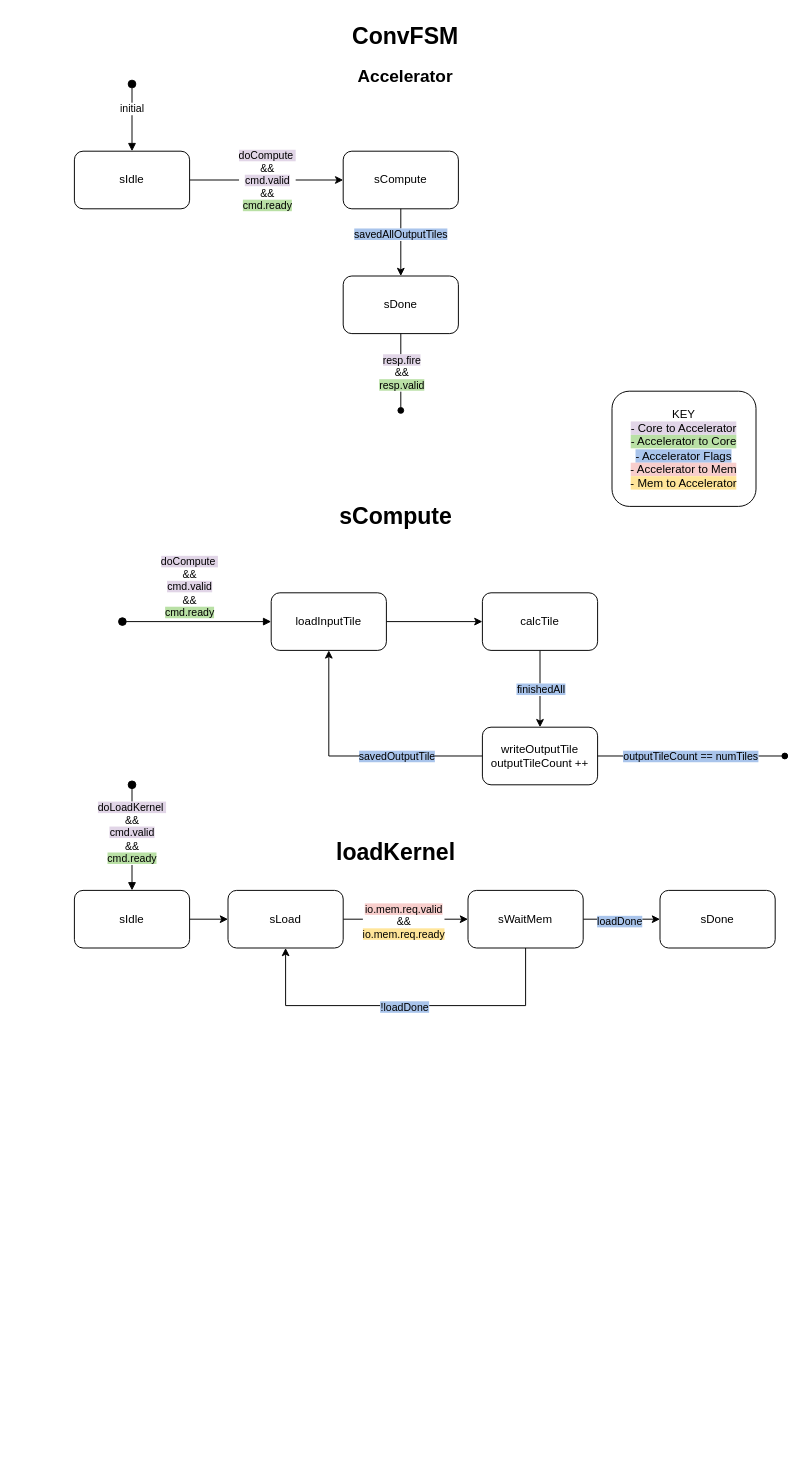
The draw.io diagram ConvFSM_accel.drawio in sophia20753/Project, before the edit. Source tidied: cells renumbered, new cells numbered last; positions are measured from the earlier drawing's top-left corner, leaving out a move shared by most shapes. Both pictures are drawn from the tidied source at 96%, with x=0, y=0 at pixel (74, 16).
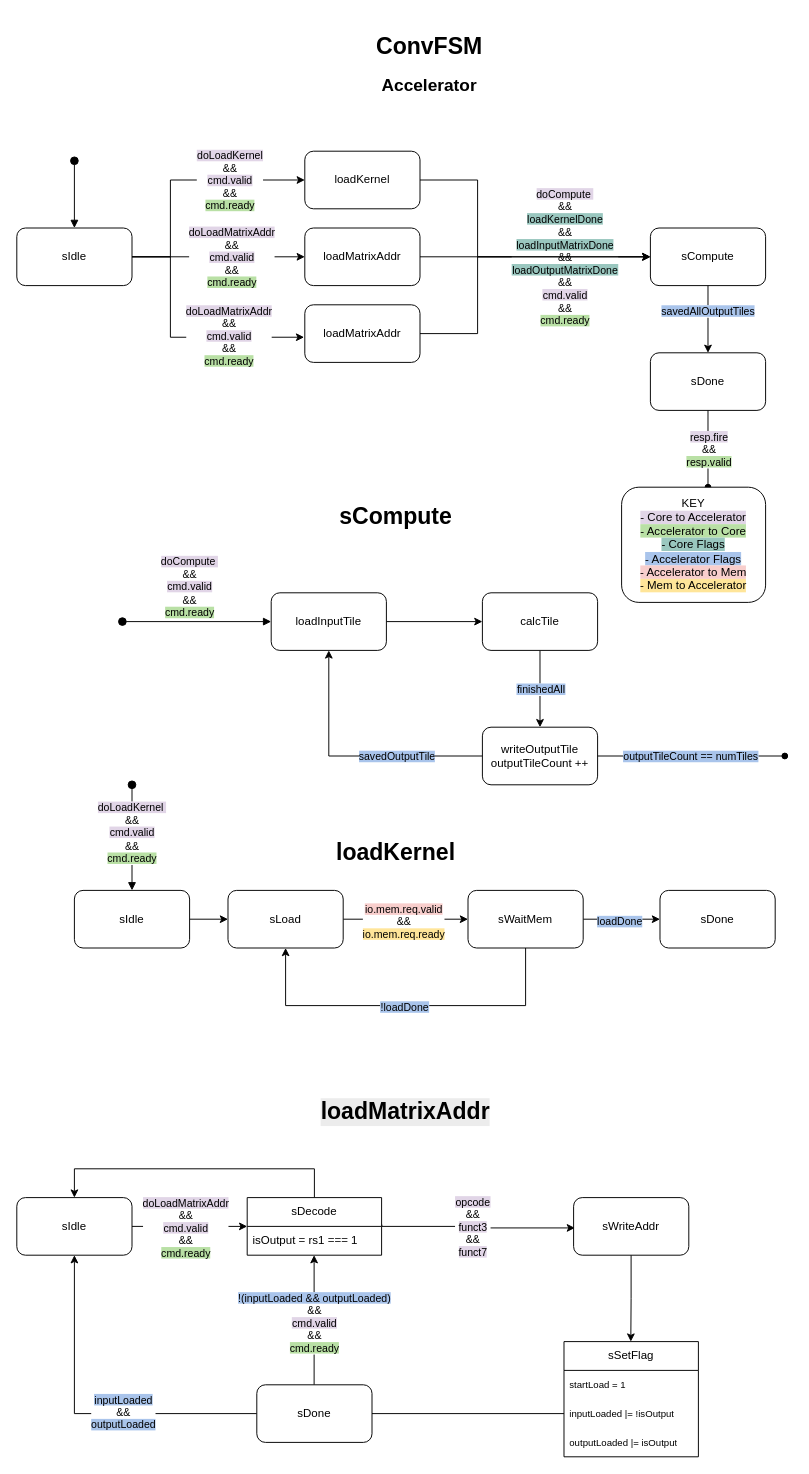
The same diagram, later.

The edit, as a diff of the source:
```diff
@@
     <mxCell id="2" value="&lt;h1 style=&quot;margin-top: 0px;&quot;&gt;ConvFSM&lt;/h1&gt;&lt;h2&gt;Accelerator&lt;/h2&gt;" style="text;html=1;whiteSpace=wrap;overflow=hidden;rounded=0;align=center;" parent="1" vertex="1">
-      <mxGeometry x="255" width="180" height="120" as="geometry" />
+      <mxGeometry x="280" y="10" width="180" height="120" as="geometry" />
     </mxCell>
     <mxCell id="3" value="sCompute" style="rounded=1;whiteSpace=wrap;html=1;" parent="1" vertex="1">
-      <mxGeometry x="280" y="140" width="120" height="60" as="geometry" />
+      <mxGeometry x="600" y="220" width="120" height="60" as="geometry" />
     </mxCell>
     <mxCell id="4" value="sDone" style="rounded=1;whiteSpace=wrap;html=1;" parent="1" vertex="1">
-      <mxGeometry x="280" y="270" width="120" height="60" as="geometry" />
+      <mxGeometry x="600" y="350" width="120" height="60" as="geometry" />
     </mxCell>
-    <mxCell id="5" value="initial" style="html=1;verticalAlign=bottom;startArrow=oval;startFill=1;endArrow=block;startSize=8;curved=0;rounded=0;entryX=0.5;entryY=0;entryDx=0;entryDy=0;" parent="1" edge="1">
+    <mxCell id="5" style="html=1;verticalAlign=bottom;startArrow=oval;startFill=1;endArrow=block;startSize=8;curved=0;rounded=0;entryX=0.5;entryY=0;entryDx=0;entryDy=0;" parent="1" edge="1">
       <mxGeometry relative="1" as="geometry">
-        <mxPoint x="60" y="70" as="sourcePoint" />
-        <mxPoint x="60" y="140" as="targetPoint" />
+        <mxPoint y="150" as="sourcePoint" />
+        <mxPoint y="220" as="targetPoint" />
       </mxGeometry>
     </mxCell>
-    <mxCell id="6" style="endArrow=classic;html=1;rounded=0;exitX=1;exitY=0.5;exitDx=0;exitDy=0;entryX=0;entryY=0.5;entryDx=0;entryDy=0;" parent="1" edge="1" target="3">
-      <mxGeometry relative="1" as="geometry">
-        <mxPoint x="120" y="170" as="sourcePoint" />
-      </mxGeometry>
+    <mxCell id="6" style="endArrow=classic;html=1;rounded=0;entryX=0;entryY=0.5;entryDx=0;entryDy=0;exitX=1;exitY=0.5;exitDx=0;exitDy=0;" parent="1" edge="1" source="45" target="3">
+      <mxGeometry relative="1" as="geometry" />
     </mxCell>
-    <mxCell id="7" value="&lt;span style=&quot;background-color: rgb(225, 213, 231);&quot;&gt;doCompute&amp;nbsp;&lt;/span&gt;&lt;div&gt;&lt;span&gt;&amp;amp;&amp;amp;&lt;/span&gt;&lt;/div&gt;&lt;div&gt;&lt;span style=&quot;background-color: rgb(225, 213, 231);&quot;&gt;cmd.valid&lt;/span&gt;&lt;/div&gt;&lt;div&gt;&lt;span&gt;&amp;amp;&amp;amp;&lt;/span&gt;&lt;/div&gt;&lt;div&gt;&lt;span style=&quot;background-color: rgb(185, 224, 165);&quot;&gt;cmd.ready&lt;/span&gt;&lt;/div&gt;" style="edgeLabel;html=1;align=center;verticalAlign=middle;" parent="6" vertex="1">
+    <mxCell id="7" value="&lt;span style=&quot;background-color: rgb(225, 213, 231);&quot;&gt;doCompute&amp;nbsp;&lt;/span&gt;&lt;div&gt;&lt;span&gt;&amp;amp;&amp;amp;&lt;/span&gt;&lt;/div&gt;&lt;div&gt;&lt;span style=&quot;background-color: rgb(154, 199, 191);&quot;&gt;loadKernelDone&lt;/span&gt;&lt;/div&gt;&lt;div&gt;&lt;span&gt;&amp;amp;&amp;amp;&lt;/span&gt;&lt;/div&gt;&lt;div&gt;&lt;span style=&quot;background-color: rgb(154, 199, 191);&quot;&gt;loadInputMatrixDone&lt;/span&gt;&lt;/div&gt;&lt;div&gt;&lt;span&gt;&amp;amp;&amp;amp;&lt;/span&gt;&lt;/div&gt;&lt;div&gt;&lt;span style=&quot;background-color: rgb(154, 199, 191);&quot;&gt;loadOutputMatrixDone&lt;/span&gt;&lt;/div&gt;&lt;div&gt;&lt;span&gt;&amp;amp;&amp;amp;&lt;/span&gt;&lt;/div&gt;&lt;div&gt;&lt;span style=&quot;background-color: rgb(225, 213, 231);&quot;&gt;cmd.valid&lt;/span&gt;&lt;/div&gt;&lt;div&gt;&lt;span&gt;&amp;amp;&amp;amp;&lt;/span&gt;&lt;/div&gt;&lt;div&gt;&lt;span style=&quot;background-color: rgb(185, 224, 165);&quot;&gt;cmd.ready&lt;/span&gt;&lt;/div&gt;" style="edgeLabel;html=1;align=center;verticalAlign=middle;" parent="6" vertex="1">
       <mxGeometry x="-0.11" y="1" relative="1" as="geometry">
-        <mxPoint x="9" y="1" as="offset" />
+        <mxPoint x="43" y="1" as="offset" />
       </mxGeometry>
     </mxCell>
@@
     <mxCell id="10" style="endArrow=oval;html=1;rounded=0;exitX=0.5;exitY=1;exitDx=0;exitDy=0;endFill=1;" parent="1" edge="1" source="4">
       <mxGeometry relative="1" as="geometry">
-        <mxPoint x="340" y="410" as="targetPoint" />
+        <mxPoint x="660" y="490" as="targetPoint" />
       </mxGeometry>
     </mxCell>
@@
+    <mxCell id="39" style="edgeStyle=orthogonalEdgeStyle;rounded=0;jettySize=auto;html=1;" parent="1" edge="1" source="12" target="45">
+      <mxGeometry relative="1" as="geometry" />
+    </mxCell>
+    <mxCell id="40" value="&lt;span style=&quot;background-color: rgb(225, 213, 231);&quot;&gt;doLoadMatrixAddr&lt;/span&gt;&lt;div&gt;&lt;div&gt;&amp;amp;&amp;amp;&lt;/div&gt;&lt;div&gt;&lt;span style=&quot;background-color: rgb(225, 213, 231);&quot;&gt;cmd.valid&lt;/span&gt;&lt;/div&gt;&lt;div&gt;&amp;amp;&amp;amp;&lt;/div&gt;&lt;div&gt;&lt;span style=&quot;background-color: rgb(185, 224, 165);&quot;&gt;cmd.ready&lt;/span&gt;&lt;/div&gt;&lt;/div&gt;" style="edgeLabel;html=1;align=center;verticalAlign=middle;" parent="39" vertex="1">
+      <mxGeometry x="0.14" relative="1" as="geometry" />
+    </mxCell>
+    <mxCell id="41" style="edgeStyle=orthogonalEdgeStyle;rounded=0;jettySize=auto;html=1;exitX=1;exitY=0.5;exitDx=0;exitDy=0;entryX=0;entryY=0.5;entryDx=0;entryDy=0;" parent="1" edge="1" source="12" target="44">
+      <mxGeometry relative="1" as="geometry">
+        <Array as="points">
+          <mxPoint x="100" y="250" />
+          <mxPoint x="100" y="170" />
+        </Array>
+      </mxGeometry>
+    </mxCell>
+    <mxCell id="42" value="&lt;span style=&quot;background-color: rgb(225, 213, 231);&quot;&gt;doLoadKernel&lt;/span&gt;&lt;div&gt;&lt;div&gt;&amp;amp;&amp;amp;&lt;/div&gt;&lt;div&gt;&lt;span style=&quot;background-color: rgb(225, 213, 231);&quot;&gt;cmd.valid&lt;/span&gt;&lt;/div&gt;&lt;div&gt;&amp;amp;&amp;amp;&lt;/div&gt;&lt;div&gt;&lt;span style=&quot;background-color: rgb(185, 224, 165);&quot;&gt;cmd.ready&lt;/span&gt;&lt;/div&gt;&lt;/div&gt;" style="edgeLabel;html=1;align=center;verticalAlign=middle;" parent="41" vertex="1">
+      <mxGeometry x="-0.04" relative="1" as="geometry">
+        <mxPoint x="56" as="offset" />
+      </mxGeometry>
+    </mxCell>
     <mxCell id="12" value="sIdle" style="rounded=1;whiteSpace=wrap;html=1;" parent="1" vertex="1">
-      <mxGeometry y="140" width="120" height="60" as="geometry" />
+      <mxGeometry x="-60" y="220" width="120" height="60" as="geometry" />
     </mxCell>
@@
-    <mxCell id="36" value="KEY&lt;div&gt;&lt;span style=&quot;background-color: rgb(225, 213, 231);&quot;&gt;- Core to Accelerator&lt;/span&gt;&lt;/div&gt;&lt;div&gt;&lt;span style=&quot;background-color: rgb(185, 224, 165);&quot;&gt;- Accelerator to Core&lt;/span&gt;&lt;/div&gt;&lt;div&gt;&lt;span style=&quot;background-color: rgb(169, 196, 235);&quot;&gt;- Accelerator Flags&lt;/span&gt;&lt;/div&gt;&lt;div&gt;&lt;span style=&quot;background-color: rgb(248, 206, 204);&quot;&gt;- Accelerator to Mem&lt;/span&gt;&lt;/div&gt;&lt;div&gt;&lt;span style=&quot;background-color: rgb(255, 229, 153);&quot;&gt;- Mem to Accelerator&lt;/span&gt;&lt;/div&gt;" style="rounded=1;whiteSpace=wrap;html=1;labelBackgroundColor=default;" parent="1" vertex="1">
-      <mxGeometry x="560" y="390" width="150" height="120" as="geometry" />
+    <mxCell id="36" value="KEY&lt;div&gt;&lt;span style=&quot;background-color: rgb(225, 213, 231);&quot;&gt;- Core to Accelerator&lt;/span&gt;&lt;/div&gt;&lt;div&gt;&lt;span style=&quot;background-color: rgb(185, 224, 165);&quot;&gt;- Accelerator to Core&lt;/span&gt;&lt;/div&gt;&lt;div&gt;&lt;span style=&quot;background-color: rgb(154, 199, 191);&quot;&gt;- Core Flags&lt;/span&gt;&lt;/div&gt;&lt;div&gt;&lt;span style=&quot;background-color: rgb(169, 196, 235);&quot;&gt;- Accelerator Flags&lt;/span&gt;&lt;/div&gt;&lt;div&gt;&lt;span style=&quot;background-color: rgb(248, 206, 204);&quot;&gt;- Accelerator to Mem&lt;/span&gt;&lt;/div&gt;&lt;div&gt;&lt;span style=&quot;background-color: rgb(255, 229, 153);&quot;&gt;- Mem to Accelerator&lt;/span&gt;&lt;/div&gt;" style="rounded=1;whiteSpace=wrap;html=1;labelBackgroundColor=default;" parent="1" vertex="1">
+      <mxGeometry x="570" y="490" width="150" height="120" as="geometry" />
     </mxCell>
@@
+    <mxCell id="43" style="edgeStyle=orthogonalEdgeStyle;rounded=0;jettySize=auto;html=1;exitX=1;exitY=0.5;exitDx=0;exitDy=0;entryX=0;entryY=0.5;entryDx=0;entryDy=0;" parent="1" edge="1" source="44" target="3">
+      <mxGeometry relative="1" as="geometry">
+        <Array as="points">
+          <mxPoint x="420" y="170" />
+          <mxPoint x="420" y="250" />
+        </Array>
+      </mxGeometry>
+    </mxCell>
+    <mxCell id="44" value="loadKernel" style="rounded=1;whiteSpace=wrap;html=1;" parent="1" vertex="1">
+      <mxGeometry x="240" y="140" width="120" height="60" as="geometry" />
+    </mxCell>
+    <mxCell id="45" value="loadMatrixAddr" style="rounded=1;whiteSpace=wrap;html=1;" parent="1" vertex="1">
+      <mxGeometry x="240" y="220" width="120" height="60" as="geometry" />
+    </mxCell>
+    <mxCell id="46" style="edgeStyle=orthogonalEdgeStyle;rounded=0;jettySize=auto;html=1;exitX=1;exitY=0.5;exitDx=0;exitDy=0;entryX=0;entryY=0.5;entryDx=0;entryDy=0;" parent="1" edge="1" source="47" target="3">
+      <mxGeometry relative="1" as="geometry">
+        <Array as="points">
+          <mxPoint x="420" y="330" />
+          <mxPoint x="420" y="250" />
+        </Array>
+      </mxGeometry>
+    </mxCell>
+    <mxCell id="47" value="loadMatrixAddr" style="rounded=1;whiteSpace=wrap;html=1;" parent="1" vertex="1">
+      <mxGeometry x="240" y="300" width="120" height="60" as="geometry" />
+    </mxCell>
+    <mxCell id="48" style="edgeStyle=orthogonalEdgeStyle;rounded=0;jettySize=auto;html=1;exitX=1;exitY=0.5;exitDx=0;exitDy=0;entryX=-0.006;entryY=0.563;entryDx=0;entryDy=0;entryPerimeter=0;" parent="1" edge="1" source="12" target="47">
+      <mxGeometry relative="1" as="geometry">
+        <Array as="points">
+          <mxPoint x="100" y="250" />
+          <mxPoint x="100" y="334" />
+        </Array>
+      </mxGeometry>
+    </mxCell>
+    <mxCell id="49" value="&lt;span style=&quot;background-color: rgb(225, 213, 231);&quot;&gt;doLoadMatrixAddr&lt;/span&gt;&lt;div&gt;&lt;div&gt;&amp;amp;&amp;amp;&lt;/div&gt;&lt;div&gt;&lt;span style=&quot;background-color: rgb(225, 213, 231);&quot;&gt;cmd.valid&lt;/span&gt;&lt;/div&gt;&lt;div&gt;&amp;amp;&amp;amp;&lt;/div&gt;&lt;div&gt;&lt;span style=&quot;background-color: rgb(185, 224, 165);&quot;&gt;cmd.ready&lt;/span&gt;&lt;/div&gt;&lt;/div&gt;" style="edgeLabel;html=1;align=center;verticalAlign=middle;" parent="48" vertex="1">
+      <mxGeometry x="0.34" y="1" relative="1" as="geometry">
+        <mxPoint x="8" as="offset" />
+      </mxGeometry>
+    </mxCell>
+    <mxCell id="50" style="edgeStyle=orthogonalEdgeStyle;rounded=0;jettySize=auto;html=1;" parent="1" edge="1" source="52">
+      <mxGeometry relative="1" as="geometry">
+        <mxPoint x="180" y="1260" as="targetPoint" />
+      </mxGeometry>
+    </mxCell>
+    <mxCell id="51" value="&lt;span style=&quot;background-color: rgb(225, 213, 231);&quot;&gt;doLoadMatrixAddr&lt;/span&gt;&lt;div&gt;&lt;div&gt;&amp;amp;&amp;amp;&lt;/div&gt;&lt;div&gt;&lt;span style=&quot;background-color: rgb(225, 213, 231);&quot;&gt;cmd.valid&lt;/span&gt;&lt;/div&gt;&lt;div&gt;&amp;amp;&amp;amp;&lt;/div&gt;&lt;div&gt;&lt;span style=&quot;background-color: rgb(185, 224, 165);&quot;&gt;cmd.ready&lt;/span&gt;&lt;/div&gt;&lt;/div&gt;" style="edgeLabel;html=1;align=center;verticalAlign=middle;" parent="50" vertex="1">
+      <mxGeometry x="-0.08" y="-1" relative="1" as="geometry" />
+    </mxCell>
+    <mxCell id="52" value="sIdle" style="rounded=1;whiteSpace=wrap;html=1;" parent="1" vertex="1">
+      <mxGeometry x="-60" y="1230" width="120" height="60" as="geometry" />
+    </mxCell>
+    <mxCell id="53" value="&lt;h1 style=&quot;forced-color-adjust: none; color: rgb(0, 0, 0); font-family: Helvetica; font-style: normal; font-variant-ligatures: normal; font-variant-caps: normal; letter-spacing: normal; orphans: 2; text-align: center; text-indent: 0px; text-transform: none; widows: 2; word-spacing: 0px; -webkit-text-stroke-width: 0px; white-space: normal; background-color: rgb(236, 236, 236); text-decoration-thickness: initial; text-decoration-style: initial; text-decoration-color: initial; margin-top: 0px;&quot;&gt;loadMatrixAddr&lt;/h1&gt;" style="text;whiteSpace=wrap;html=1;" parent="1" vertex="1">
+      <mxGeometry x="255" y="1120" width="160" height="70" as="geometry" />
+    </mxCell>
+    <mxCell id="54" style="edgeStyle=orthogonalEdgeStyle;rounded=0;jettySize=auto;html=1;entryX=0.01;entryY=0.052;entryDx=0;entryDy=0;entryPerimeter=0;exitX=1.002;exitY=-0.059;exitDx=0;exitDy=0;exitPerimeter=0;" parent="1" edge="1" source="70">
+      <mxGeometry relative="1" as="geometry">
+        <mxPoint x="521.4" y="1261.6" as="targetPoint" />
+        <Array as="points">
+          <mxPoint x="320" y="1260" />
+          <mxPoint x="421" y="1260" />
+          <mxPoint x="421" y="1262" />
+        </Array>
+      </mxGeometry>
+    </mxCell>
+    <mxCell id="55" value="&lt;span style=&quot;background-color: rgb(225, 213, 231);&quot;&gt;opcode&lt;/span&gt;&lt;div&gt;&amp;amp;&amp;amp;&lt;/div&gt;&lt;div&gt;&lt;span style=&quot;background-color: rgb(225, 213, 231);&quot;&gt;funct3&lt;/span&gt;&lt;/div&gt;&lt;div&gt;&amp;amp;&amp;amp;&lt;/div&gt;&lt;div&gt;&lt;span style=&quot;background-color: rgb(225, 213, 231);&quot;&gt;funct7&lt;/span&gt;&lt;/div&gt;" style="edgeLabel;html=1;align=center;verticalAlign=middle;" parent="54" vertex="1">
+      <mxGeometry x="-0.06" relative="1" as="geometry" />
+    </mxCell>
+    <mxCell id="56" style="edgeStyle=orthogonalEdgeStyle;rounded=0;jettySize=auto;html=1;exitX=0.5;exitY=0;exitDx=0;exitDy=0;" parent="1" edge="1" source="69">
+      <mxGeometry relative="1" as="geometry">
+        <mxPoint y="1230" as="targetPoint" />
+        <Array as="points">
+          <mxPoint x="250" y="1200" />
+          <mxPoint y="1200" />
+        </Array>
+      </mxGeometry>
+    </mxCell>
+    <mxCell id="57" style="edgeStyle=orthogonalEdgeStyle;rounded=0;orthogonalLoop=1;jettySize=auto;html=1;exitX=0.502;exitY=0.996;exitDx=0;exitDy=0;exitPerimeter=0;" parent="1" edge="1">
+      <mxGeometry relative="1" as="geometry">
+        <mxPoint x="579.9" y="1289.9" as="sourcePoint" />
+        <mxPoint x="579.6" y="1380" as="targetPoint" />
+        <Array as="points">
+          <mxPoint x="580" y="1335" />
+          <mxPoint x="580" y="1335" />
+        </Array>
+      </mxGeometry>
+    </mxCell>
+    <mxCell id="58" style="edgeStyle=orthogonalEdgeStyle;rounded=0;jettySize=auto;html=1;entryX=1;entryY=0.5;entryDx=0;entryDy=0;exitX=0;exitY=0.5;exitDx=0;exitDy=0;" parent="1" edge="1" source="66" target="63">
+      <mxGeometry relative="1" as="geometry">
+        <Array as="points">
+          <mxPoint x="300" y="1455" />
+        </Array>
+      </mxGeometry>
+    </mxCell>
+    <mxCell id="59" style="edgeStyle=orthogonalEdgeStyle;rounded=0;jettySize=auto;html=1;entryX=0.5;entryY=1;entryDx=0;entryDy=0;" parent="1" edge="1" source="63" target="52">
+      <mxGeometry relative="1" as="geometry" />
+    </mxCell>
+    <mxCell id="60" value="&lt;span style=&quot;background-color: rgb(169, 196, 235);&quot;&gt;inputLoaded&lt;/span&gt;&lt;div&gt;&amp;amp;&amp;amp;&lt;/div&gt;&lt;div&gt;&lt;span style=&quot;background-color: rgb(169, 196, 235);&quot;&gt;outputLoaded&lt;/span&gt;&lt;/div&gt;" style="edgeLabel;html=1;align=center;verticalAlign=middle;" parent="59" vertex="1">
+      <mxGeometry x="-0.21" y="-2" relative="1" as="geometry" />
+    </mxCell>
+    <mxCell id="61" style="edgeStyle=orthogonalEdgeStyle;rounded=0;orthogonalLoop=1;jettySize=auto;html=1;entryX=0.5;entryY=1;entryDx=0;entryDy=0;" parent="1" edge="1">
+      <mxGeometry relative="1" as="geometry">
+        <mxPoint x="249.7" y="1425" as="sourcePoint" />
+        <mxPoint x="249.7" y="1290" as="targetPoint" />
+      </mxGeometry>
+    </mxCell>
+    <mxCell id="62" value="&lt;span style=&quot;background-color: rgb(169, 196, 235);&quot;&gt;!(inputLoaded &amp;amp;&amp;amp; outputLoaded)&lt;/span&gt;&lt;div&gt;&amp;amp;&amp;amp;&lt;/div&gt;&lt;div&gt;&lt;span style=&quot;background-color: rgb(225, 213, 231);&quot;&gt;cmd.valid&lt;/span&gt;&lt;/div&gt;&lt;div&gt;&amp;amp;&amp;amp;&lt;/div&gt;&lt;div&gt;&lt;span style=&quot;background-color: rgb(185, 224, 165);&quot;&gt;cmd.ready&lt;/span&gt;&lt;/div&gt;" style="edgeLabel;html=1;align=center;verticalAlign=middle;" parent="61" vertex="1">
+      <mxGeometry x="0.2" relative="1" as="geometry">
+        <mxPoint y="16" as="offset" />
+      </mxGeometry>
+    </mxCell>
+    <mxCell id="63" value="sDone" style="rounded=1;whiteSpace=wrap;html=1;" parent="1" vertex="1">
+      <mxGeometry x="190" y="1425" width="120" height="60" as="geometry" />
+    </mxCell>
+    <mxCell id="64" value="sSetFlag" style="swimlane;fontStyle=0;horizontal=1;startSize=30;whiteSpace=wrap;html=1;" parent="1" vertex="1">
+      <mxGeometry x="510" y="1380" width="140" height="120" as="geometry" />
+    </mxCell>
+    <mxCell id="65" value="startLoad = 1" style="text;strokeColor=none;fillColor=none;align=left;verticalAlign=middle;spacingLeft=4;spacingRight=4;overflow=hidden;whiteSpace=wrap;html=1;fontSize=10;" parent="64" vertex="1">
+      <mxGeometry y="30" width="140" height="30" as="geometry" />
+    </mxCell>
+    <mxCell id="66" value="inputLoaded |= !isOutput" style="text;strokeColor=none;fillColor=none;align=left;verticalAlign=middle;spacingLeft=4;spacingRight=4;overflow=hidden;points=[[0,0.5],[1,0.5]];portConstraint=eastwest;whiteSpace=wrap;html=1;fontSize=10;" parent="64" vertex="1">
+      <mxGeometry y="60" width="140" height="30" as="geometry" />
+    </mxCell>
+    <mxCell id="67" value="outputLoaded |= isOutput" style="text;strokeColor=none;fillColor=none;align=left;verticalAlign=middle;spacingLeft=4;spacingRight=4;overflow=hidden;whiteSpace=wrap;html=1;fontSize=10;" parent="64" vertex="1">
+      <mxGeometry y="90" width="140" height="30" as="geometry" />
+    </mxCell>
+    <mxCell id="68" value="sWriteAddr" style="rounded=1;whiteSpace=wrap;html=1;" parent="1" vertex="1">
+      <mxGeometry x="520" y="1230" width="120" height="60" as="geometry" />
+    </mxCell>
+    <mxCell id="69" value="sDecode" style="swimlane;fontStyle=0;horizontal=1;startSize=30;whiteSpace=wrap;html=1;" parent="1" vertex="1">
+      <mxGeometry x="180" y="1230" width="140" height="60" as="geometry" />
+    </mxCell>
+    <mxCell id="70" value="isOutput = rs1 === 1" style="text;strokeColor=none;fillColor=none;align=left;verticalAlign=middle;spacingLeft=4;spacingRight=4;overflow=hidden;points=[[0,0.5],[1,0.5]];portConstraint=eastwest;whiteSpace=wrap;html=1;" parent="69" vertex="1">
+      <mxGeometry y="30" width="140" height="30" as="geometry" />
+    </mxCell>
```
